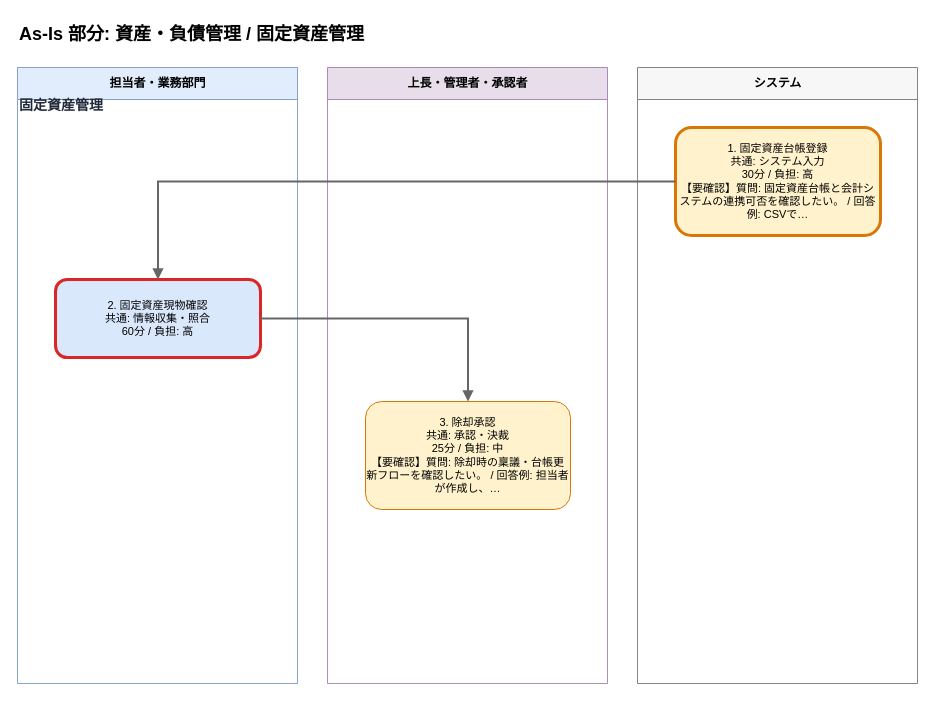
This is output/flows/asis_資産_負債管理__固定資産管理_20260608.drawio from Toshiki811/ai-business-analysis-heatmap, a draw.io file, before an edit. Source tidied: cells renumbered, new cells numbered last; positions are measured from the earlier drawing's top-left corner, leaving out a move shared by most shapes. Both pictures are drawn from the tidied source at 100%, with x=0, y=0 at pixel (17, 17).
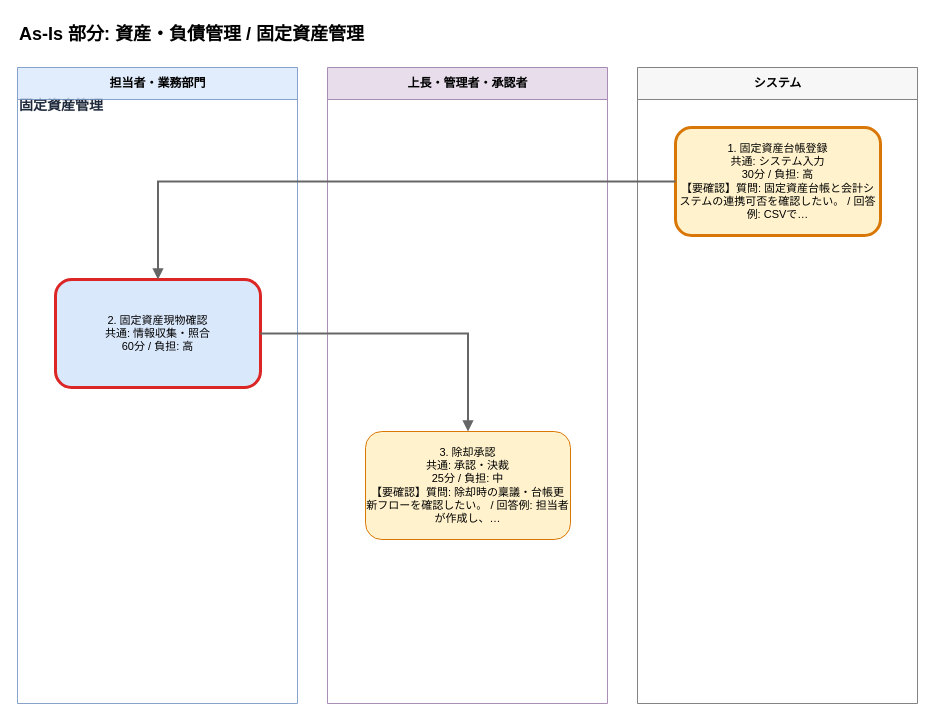
The same diagram, later.

The edit, as a diff of the source:
```diff
@@
 <mxGraphModel>
   <root>
     <mxCell id="0" />
     <mxCell id="1" parent="0" />
+    <mxCell id="6" value="固定資産管理" style="text;html=1;strokeColor=none;fillColor=none;align=left;verticalAlign=middle;whiteSpace=wrap;fontSize=14;fontStyle=1;fontColor=#1e293b;" parent="1" vertex="1">
+      <mxGeometry y="76" width="860" height="24" as="geometry" />
+    </mxCell>
     <mxCell id="2" value="As-Is 部分: 資産・負債管理 / 固定資産管理" style="text;html=1;strokeColor=none;fillColor=none;align=left;fontSize=18;fontStyle=1;" parent="1" vertex="1">
       <mxGeometry width="880" height="30" as="geometry" />
     </mxCell>
     <mxCell id="3" value="担当者・業務部門" style="swimlane;horizontal=1;startSize=32;html=1;fillColor=#dae8fc;strokeColor=#6c8ebf;fontSize=12;fontStyle=1;opacity=80;" parent="1" vertex="1">
-      <mxGeometry y="50" width="280" height="616" as="geometry" />
+      <mxGeometry y="50" width="280" height="636" as="geometry" />
     </mxCell>
     <mxCell id="4" value="上長・管理者・承認者" style="swimlane;horizontal=1;startSize=32;html=1;fillColor=#e1d5e7;strokeColor=#9673a6;fontSize=12;fontStyle=1;opacity=80;" parent="1" vertex="1">
-      <mxGeometry x="310" y="50" width="280" height="616" as="geometry" />
+      <mxGeometry x="310" y="50" width="280" height="636" as="geometry" />
     </mxCell>
     <mxCell id="5" value="システム" style="swimlane;horizontal=1;startSize=32;html=1;fillColor=#f5f5f5;strokeColor=#666666;fontSize=12;fontStyle=1;opacity=80;" parent="1" vertex="1">
-      <mxGeometry x="620" y="50" width="280" height="616" as="geometry" />
+      <mxGeometry x="620" y="50" width="280" height="636" as="geometry" />
     </mxCell>
-    <mxCell id="6" value="固定資産管理" style="text;html=1;strokeColor=none;fillColor=none;align=left;verticalAlign=middle;whiteSpace=wrap;fontSize=14;fontStyle=1;fontColor=#1e293b;" parent="1" vertex="1">
-      <mxGeometry y="76" width="860" height="24" as="geometry" />
-    </mxCell>
     <mxCell id="7" value="1. 固定資産台帳登録&#10;共通: システム入力&#10;30分 / 負担: 高&#10;【要確認】質問: 固定資産台帳と会計システムの連携可否を確認したい。 / 回答例: CSVで…" style="rounded=1;whiteSpace=wrap;html=1;fillColor=#fff2cc;strokeColor=#d97706;strokeWidth=3;fontSize=11;fontColor=#000000;" parent="1" vertex="1">
       <mxGeometry x="658" y="110" width="205" height="108" as="geometry" />
     </mxCell>
     <mxCell id="8" value="2. 固定資産現物確認&#10;共通: 情報収集・照合&#10;60分 / 負担: 高" style="rounded=1;whiteSpace=wrap;html=1;fillColor=#dae8fc;strokeColor=#dc2626;strokeWidth=3;fontSize=11;fontColor=#000000;" parent="1" vertex="1">
-      <mxGeometry x="38" y="262" width="205" height="78" as="geometry" />
+      <mxGeometry x="38" y="262" width="205" height="108" as="geometry" />
     </mxCell>
+    <mxCell id="10" value="3. 除却承認&#10;共通: 承認・決裁&#10;25分 / 負担: 中&#10;【要確認】質問: 除却時の稟議・台帳更新フローを確認したい。 / 回答例: 担当者が作成し、…" style="rounded=1;whiteSpace=wrap;html=1;fillColor=#fff2cc;strokeColor=#d97706;strokeWidth=1;fontSize=11;fontColor=#000000;" parent="1" vertex="1">
+      <mxGeometry x="348" y="414" width="205" height="108" as="geometry" />
+    </mxCell>
-    <mxCell id="9" style="edgeStyle=orthogonalEdgeStyle;rounded=0;html=1;strokeColor=#666666;strokeWidth=2;endArrow=block;endFill=1;" parent="1" edge="1" source="7" target="8">
+    <mxCell id="9" style="edgeStyle=orthogonalEdgeStyle;rounded=0;html=1;strokeColor=#666666;strokeWidth=2;endArrow=block;endFill=1;fontSize=11;fontColor=#1f2937;" parent="1" edge="1" source="7" target="8">
       <mxGeometry relative="1" as="geometry" />
     </mxCell>
-    <mxCell id="10" value="3. 除却承認&#10;共通: 承認・決裁&#10;25分 / 負担: 中&#10;【要確認】質問: 除却時の稟議・台帳更新フローを確認したい。 / 回答例: 担当者が作成し、…" style="rounded=1;whiteSpace=wrap;html=1;fillColor=#fff2cc;strokeColor=#d97706;strokeWidth=1;fontSize=11;fontColor=#000000;" parent="1" vertex="1">
-      <mxGeometry x="348" y="384" width="205" height="108" as="geometry" />
-    </mxCell>
-    <mxCell id="11" style="edgeStyle=orthogonalEdgeStyle;rounded=0;html=1;strokeColor=#666666;strokeWidth=2;endArrow=block;endFill=1;" parent="1" edge="1" source="8" target="10">
+    <mxCell id="11" style="edgeStyle=orthogonalEdgeStyle;rounded=0;html=1;strokeColor=#666666;strokeWidth=2;endArrow=block;endFill=1;fontSize=11;fontColor=#1f2937;" parent="1" edge="1" source="8" target="10">
       <mxGeometry relative="1" as="geometry" />
     </mxCell>
   </root>
 </mxGraphModel>
```
